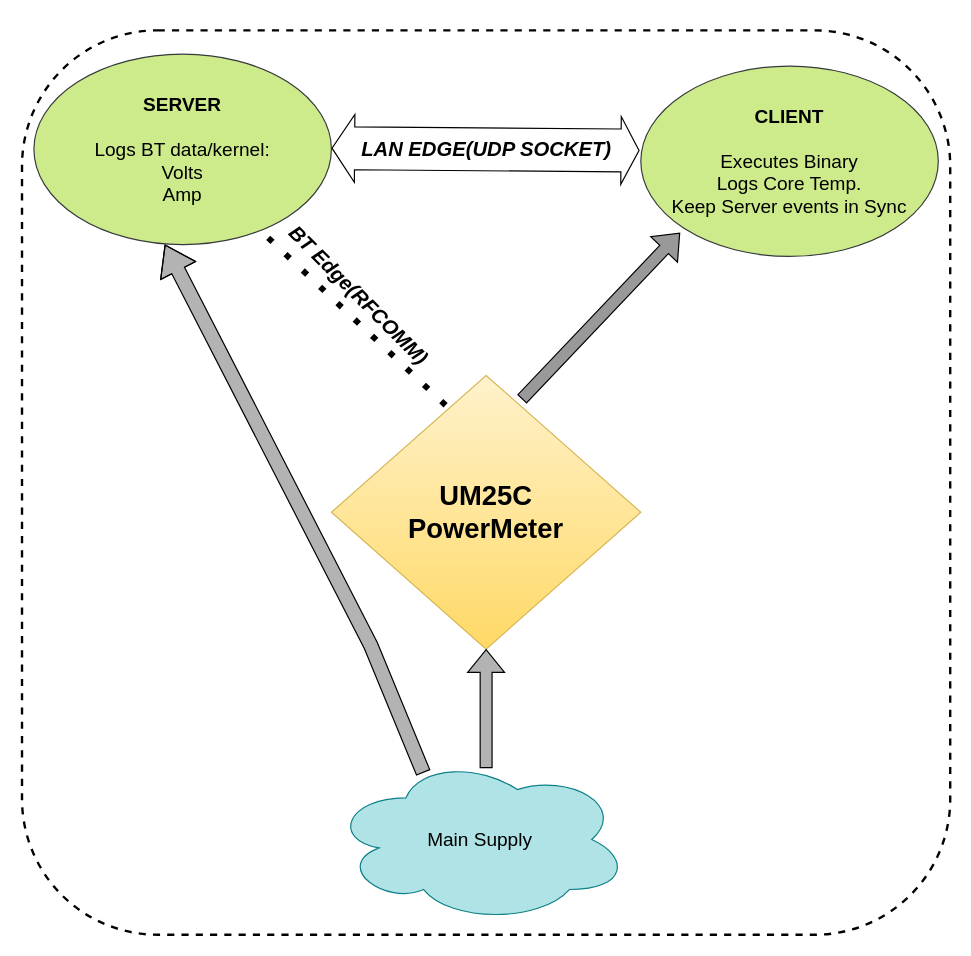
This is MTP_1/server&client_comm.drawio from ShikharJain97/MTP, a draw.io file, before an edit. Source tidied: cells renumbered, new cells numbered last; positions are measured from the earlier drawing's top-left corner, leaving out a move shared by most shapes. Both pictures are drawn from the tidied source at 119%, with x=0, y=0 at pixel (21, 30).
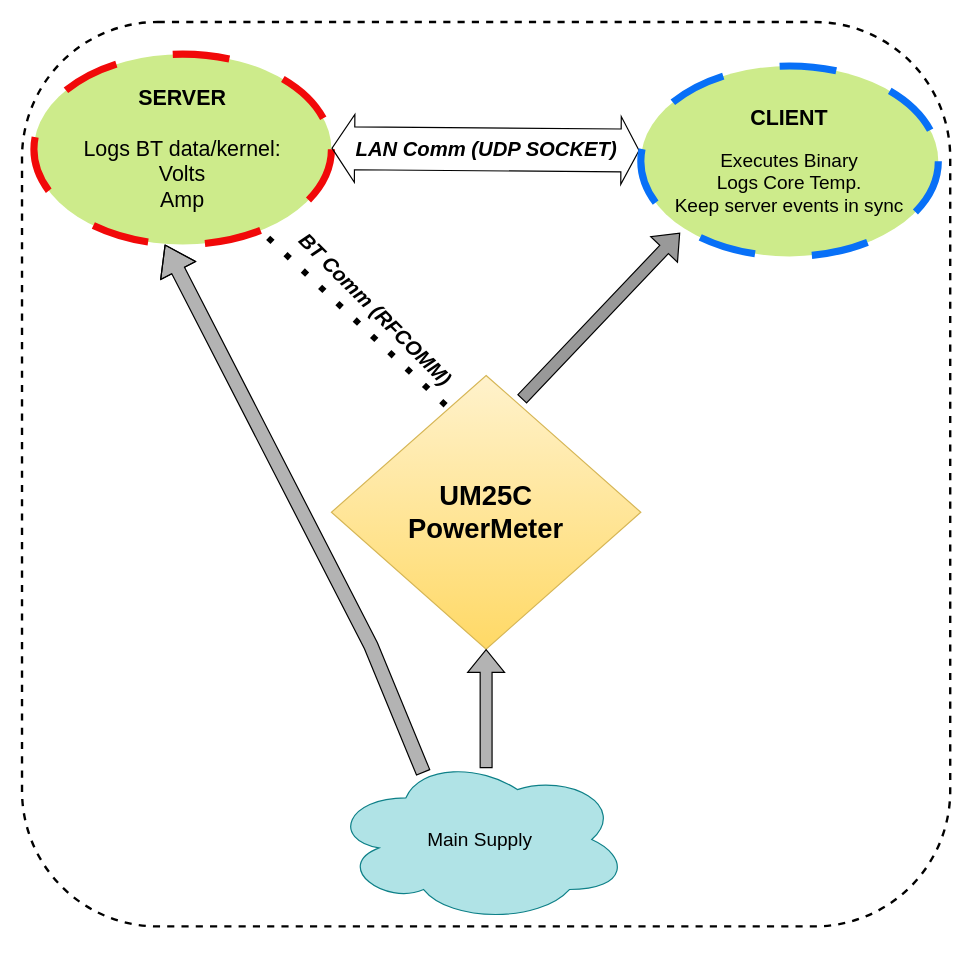
Above is the later version.

What changed in the source:
```diff
@@
 <mxGraphModel>
   <root>
     <mxCell id="0" />
     <mxCell id="1" parent="0" />
-    <mxCell id="2" value="&lt;font style=&quot;font-size: 16px;&quot;&gt;&lt;b&gt;SERVER&lt;/b&gt;&lt;br&gt;&lt;br&gt;Logs BT data/kernel:&lt;br&gt;Volts&lt;br&gt;Amp&lt;/font&gt;" style="ellipse;whiteSpace=wrap;html=1;fillColor=#cdeb8b;strokeColor=#36393d;" parent="1" vertex="1">
+    <mxCell id="2" value="&lt;font style=&quot;font-size: 18px;&quot;&gt;&lt;b&gt;SERVER&lt;/b&gt;&lt;br&gt;&lt;br&gt;Logs BT data/kernel:&lt;br&gt;Volts&lt;br&gt;Amp&lt;/font&gt;" style="ellipse;whiteSpace=wrap;html=1;fillColor=#cdeb8b;strokeColor=#f10909;strokeWidth=6;dashed=1;dashPattern=8 8;" parent="1" vertex="1">
       <mxGeometry x="10" y="20" width="250" height="160" as="geometry" />
     </mxCell>
     <mxCell id="3" value="&lt;font style=&quot;font-size: 23px;&quot;&gt;&lt;b&gt;UM25C&lt;br&gt;PowerMeter&lt;/b&gt;&lt;/font&gt;" style="rhombus;whiteSpace=wrap;html=1;fillColor=#fff2cc;strokeColor=#d6b656;gradientColor=#ffd966;" parent="1" vertex="1">
       <mxGeometry x="260" y="290" width="260" height="230" as="geometry" />
     </mxCell>
     <mxCell id="4" style="shape=flexArrow;endArrow=classic;html=1;rounded=0;entryX=0.287;entryY=0.973;entryDx=0;entryDy=0;entryPerimeter=0;fillColor=#999999;" parent="1" edge="1">
       <mxGeometry relative="1" as="geometry">
         <mxPoint x="420" y="310" as="sourcePoint" />
         <mxPoint x="553" y="170" as="targetPoint" />
       </mxGeometry>
     </mxCell>
     <mxCell id="5" value="&lt;font style=&quot;font-size: 16px;&quot;&gt;Main Supply&lt;/font&gt;" style="ellipse;shape=cloud;whiteSpace=wrap;html=1;fillColor=#b0e3e6;strokeColor=#0e8088;" parent="1" vertex="1">
       <mxGeometry x="260" y="610" width="250" height="140" as="geometry" />
     </mxCell>
     <mxCell id="6" style="shape=flexArrow;endArrow=classic;html=1;rounded=0;exitX=0.309;exitY=0.1;exitDx=0;exitDy=0;exitPerimeter=0;width=12;endSize=7.67;entryX=0.44;entryY=1;entryDx=0;entryDy=0;entryPerimeter=0;fillColor=#B3B3B3;" parent="1" edge="1" source="5" target="2">
       <mxGeometry relative="1" as="geometry">
         <Array as="points">
           <mxPoint x="293.2" y="517.1" />
         </Array>
       </mxGeometry>
     </mxCell>
     <mxCell id="7" style="endArrow=none;dashed=1;html=1;dashPattern=1 3;strokeWidth=5;rounded=0;entryX=0.787;entryY=0.964;entryDx=0;entryDy=0;entryPerimeter=0;exitX=0.369;exitY=0.109;exitDx=0;exitDy=0;exitPerimeter=0;" parent="1" edge="1" source="3" target="2">
       <mxGeometry relative="1" as="geometry" />
     </mxCell>
-    <mxCell id="8" value="BT Edge(RFCOMM)" style="edgeLabel;html=1;align=center;verticalAlign=middle;rotation=45;fontSize=17;fontStyle=3;" parent="7" vertex="1">
+    <mxCell id="8" value="BT Comm (RFCOMM)" style="edgeLabel;html=1;align=center;verticalAlign=middle;rotation=45;fontSize=17;fontStyle=3;" parent="7" vertex="1">
       <mxGeometry x="0.22" y="6" relative="1" as="geometry">
-        <mxPoint x="21" y="-11" as="offset" />
+        <mxPoint x="35" y="1" as="offset" />
       </mxGeometry>
     </mxCell>
     <mxCell id="9" style="shape=flexArrow;endArrow=classic;startArrow=classic;html=1;rounded=0;entryX=-0.004;entryY=0.444;entryDx=0;entryDy=0;entryPerimeter=0;exitX=0.987;exitY=0.382;exitDx=0;exitDy=0;exitPerimeter=0;width=36;endSize=4.71;" parent="1" edge="1" target="12">
       <mxGeometry relative="1" as="geometry">
         <mxPoint x="260" y="99" as="sourcePoint" />
       </mxGeometry>
     </mxCell>
-    <mxCell id="10" value="LAN EDGE(UDP SOCKET)" style="edgeLabel;html=1;align=center;verticalAlign=middle;fontSize=17;fontStyle=3;" parent="9" vertex="1">
+    <mxCell id="10" value="LAN Comm (UDP SOCKET)" style="edgeLabel;html=1;align=center;verticalAlign=middle;fontSize=17;fontStyle=3;" parent="9" vertex="1">
       <mxGeometry x="-0.58" y="-2" relative="1" as="geometry">
         <mxPoint x="76" y="-1" as="offset" />
       </mxGeometry>
     </mxCell>
     <mxCell id="11" style="rounded=1;whiteSpace=wrap;html=1;fillColor=none;dashed=1;strokeWidth=2;" parent="1" vertex="1">
-      <mxGeometry width="780" height="760" as="geometry" />
+      <mxGeometry y="-7" width="780" height="760" as="geometry" />
     </mxCell>
-    <mxCell id="12" value="&lt;font style=&quot;font-size: 16px;&quot;&gt;&lt;b&gt;CLIENT&lt;/b&gt;&lt;br style=&quot;border-color: var(--border-color);&quot;&gt;&lt;br style=&quot;border-color: var(--border-color);&quot;&gt;&lt;/font&gt;&lt;div style=&quot;border-color: var(--border-color); font-size: 16px;&quot;&gt;&lt;font style=&quot;font-size: 16px;&quot;&gt;Executes Binary&lt;/font&gt;&lt;/div&gt;&lt;div style=&quot;border-color: var(--border-color); font-size: 16px;&quot;&gt;&lt;span style=&quot;border-color: var(--border-color); background-color: initial;&quot;&gt;&lt;font style=&quot;font-size: 16px;&quot;&gt;Logs Core Temp.&lt;/font&gt;&lt;/span&gt;&lt;/div&gt;&lt;div style=&quot;border-color: var(--border-color); font-size: 16px;&quot;&gt;&lt;span style=&quot;border-color: var(--border-color); background-color: initial;&quot;&gt;&lt;font style=&quot;font-size: 16px;&quot;&gt;Keep Server events in Sync&lt;/font&gt;&lt;/span&gt;&lt;/div&gt;" style="ellipse;whiteSpace=wrap;html=1;fillColor=#cdeb8b;strokeColor=#36393d;" parent="1" vertex="1">
+    <mxCell id="12" value="&lt;font style=&quot;&quot;&gt;&lt;b style=&quot;&quot;&gt;&lt;font style=&quot;font-size: 18px;&quot;&gt;CLIENT&lt;/font&gt;&lt;/b&gt;&lt;br style=&quot;border-color: var(--border-color);&quot;&gt;&lt;br style=&quot;border-color: var(--border-color);&quot;&gt;&lt;/font&gt;&lt;div style=&quot;border-color: var(--border-color); font-size: 16px;&quot;&gt;&lt;font style=&quot;font-size: 16px;&quot;&gt;Executes Binary&lt;/font&gt;&lt;/div&gt;&lt;div style=&quot;border-color: var(--border-color); font-size: 16px;&quot;&gt;&lt;span style=&quot;border-color: var(--border-color); background-color: initial;&quot;&gt;&lt;font style=&quot;font-size: 16px;&quot;&gt;Logs Core Temp.&lt;/font&gt;&lt;/span&gt;&lt;/div&gt;&lt;div style=&quot;border-color: var(--border-color); font-size: 16px;&quot;&gt;&lt;span style=&quot;border-color: var(--border-color); background-color: initial;&quot;&gt;&lt;font style=&quot;font-size: 16px;&quot;&gt;Keep server events in sync&lt;/font&gt;&lt;/span&gt;&lt;/div&gt;" style="ellipse;whiteSpace=wrap;html=1;fillColor=#cdeb8b;strokeColor=#0870f7;strokeWidth=6;dashed=1;dashPattern=8 8;" parent="1" vertex="1">
       <mxGeometry x="520" y="30" width="250" height="160" as="geometry" />
     </mxCell>
     <mxCell id="13" style="shape=flexArrow;endArrow=classic;html=1;rounded=0;entryX=0.5;entryY=1;entryDx=0;entryDy=0;fillColor=#B3B3B3;" parent="1" edge="1" target="3">
       <mxGeometry relative="1" as="geometry">
         <mxPoint x="390" y="620" as="sourcePoint" />
       </mxGeometry>
     </mxCell>
   </root>
 </mxGraphModel>
```
